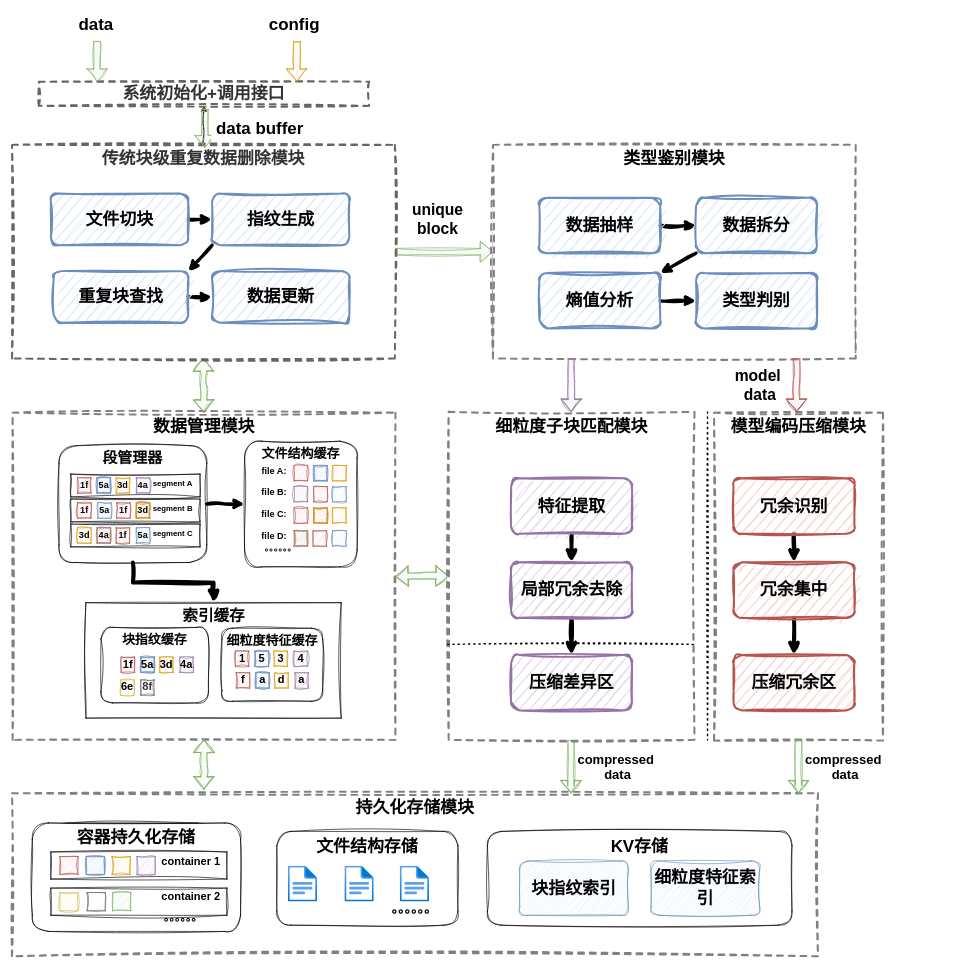
Above: figures/0304细粒度冗余识别的数据缩减系统总体架构.drawio in lucky6six/SJTU-lz (draw.io), before the change. Source tidied: cells renumbered, new cells numbered last; positions are measured from the earlier drawing's top-left corner, leaving out a move shared by most shapes. Both pictures are drawn from the tidied source at 65%, with x=0, y=0 at pixel (12, 11).
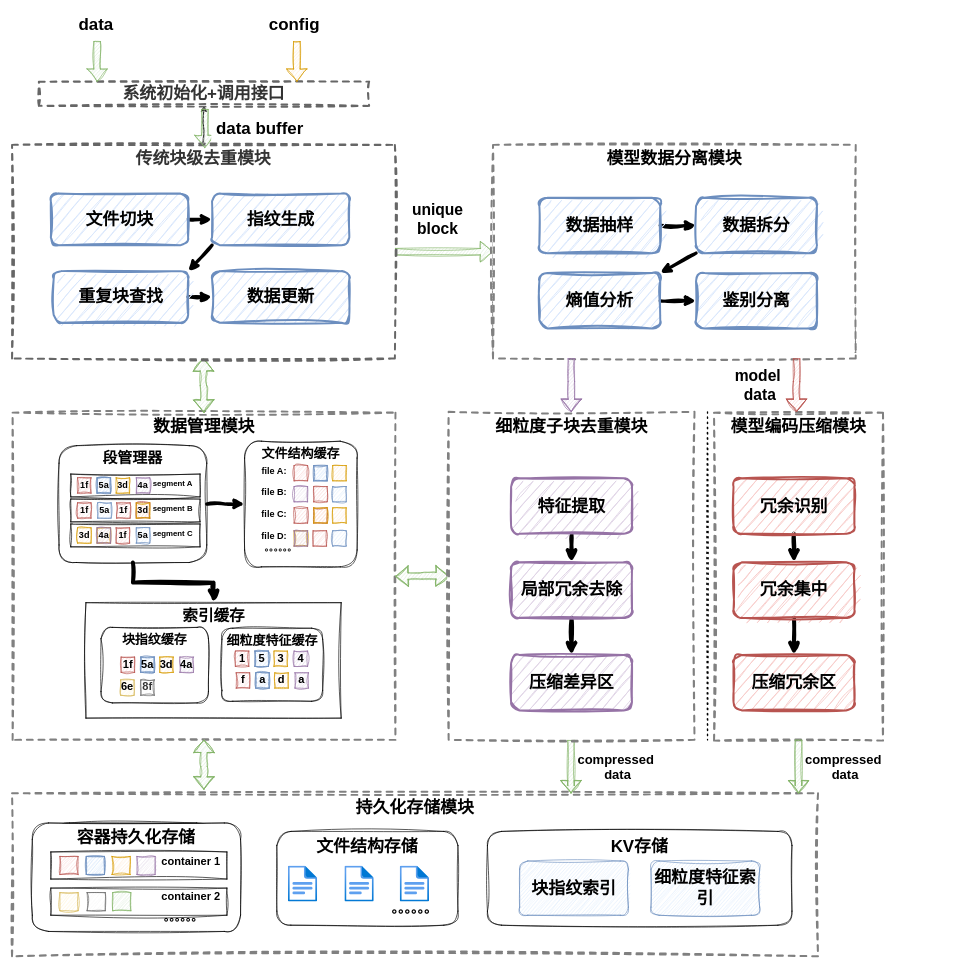
Above is the later version.

Unchanged cells that the change refers to:
```xml
<mxCell id="2" style="group;sketch=1;curveFitting=1;jiggle=2;" parent="1" vertex="1">
  <mxGeometry width="1438.3" height="1453.8" as="geometry" />
</mxCell>
```

What changed in the source:
```diff
@@
-    <mxCell id="73" value="传统块级重复数据删除模块" style="rounded=0;whiteSpace=wrap;html=1;verticalAlign=top;labelPosition=center;verticalLabelPosition=middle;align=center;dashed=1;fillColor=#FFFFFF;fontColor=#333333;strokeColor=#666666;fontSize=26;fontStyle=1;strokeWidth=3;sketch=1;curveFitting=1;jiggle=2;" parent="2" vertex="1">
+    <mxCell id="73" value="传统块级去重模块" style="rounded=0;whiteSpace=wrap;html=1;verticalAlign=top;labelPosition=center;verticalLabelPosition=middle;align=center;dashed=1;fillColor=#FFFFFF;fontColor=#333333;strokeColor=#666666;fontSize=26;fontStyle=1;strokeWidth=3;sketch=1;curveFitting=1;jiggle=2;" parent="2" vertex="1">
       <mxGeometry y="205.4" width="589" height="328.6" as="geometry" />
     </mxCell>
@@
-    <mxCell id="83" value="&lt;font&gt;&lt;span&gt;类型鉴别模块&lt;/span&gt;&lt;/font&gt;" style="rounded=0;whiteSpace=wrap;html=1;verticalAlign=top;fillColor=#FFFFFF;strokeColor=#808080;strokeWidth=3;fontSize=26;fontStyle=1;dashed=1;sketch=1;curveFitting=1;jiggle=2;" parent="2" vertex="1">
+    <mxCell id="83" value="模型数据分离模块" style="rounded=0;whiteSpace=wrap;html=1;verticalAlign=top;fillColor=#FFFFFF;strokeColor=#808080;strokeWidth=3;fontSize=26;fontStyle=1;dashed=1;sketch=1;curveFitting=1;jiggle=2;" parent="2" vertex="1">
       <mxGeometry x="740" y="205.4" width="558" height="328.6" as="geometry" />
     </mxCell>
@@
-    <mxCell id="90" value="类型判别" style="rounded=1;whiteSpace=wrap;html=1;fillColor=#dae8fc;strokeColor=#6c8ebf;strokeWidth=3;fontSize=26;fontStyle=1;sketch=1;curveFitting=1;jiggle=2;" parent="2" vertex="1">
+    <mxCell id="90" value="鉴别分离" style="rounded=1;whiteSpace=wrap;html=1;fillColor=#dae8fc;strokeColor=#6c8ebf;strokeWidth=3;fontSize=26;fontStyle=1;sketch=1;curveFitting=1;jiggle=2;" parent="2" vertex="1">
       <mxGeometry x="1052.3" y="402.5" width="186" height="85.4" as="geometry" />
     </mxCell>
@@
-    <mxCell id="93" value="细粒度子块匹配模块" style="rounded=0;whiteSpace=wrap;html=1;verticalAlign=top;fillColor=#FFFFFF;strokeColor=#808080;strokeWidth=3;fontSize=26;fontStyle=1;dashed=1;sketch=1;curveFitting=1;jiggle=2;" parent="2" vertex="1">
+    <mxCell id="93" value="细粒度子块去重模块" style="rounded=0;whiteSpace=wrap;html=1;verticalAlign=top;fillColor=#FFFFFF;strokeColor=#808080;strokeWidth=3;fontSize=26;fontStyle=1;dashed=1;sketch=1;curveFitting=1;jiggle=2;" parent="2" vertex="1">
       <mxGeometry x="671.7" y="616.1" width="378.3" height="504.6" as="geometry" />
     </mxCell>
@@
-    <mxCell id="126" style="endArrow=none;dashed=1;html=1;dashPattern=1 3;strokeWidth=2;rounded=0;fontFamily=Helvetica;fontSize=26;fontColor=default;fontStyle=1;entryX=0.996;entryY=0.709;entryDx=0;entryDy=0;exitX=-0.004;exitY=0.709;exitDx=0;exitDy=0;exitPerimeter=0;entryPerimeter=0;sketch=1;curveFitting=1;jiggle=2;" parent="2" edge="1" source="93" target="93">
-      <mxGeometry relative="1" as="geometry" />
-    </mxCell>
```
